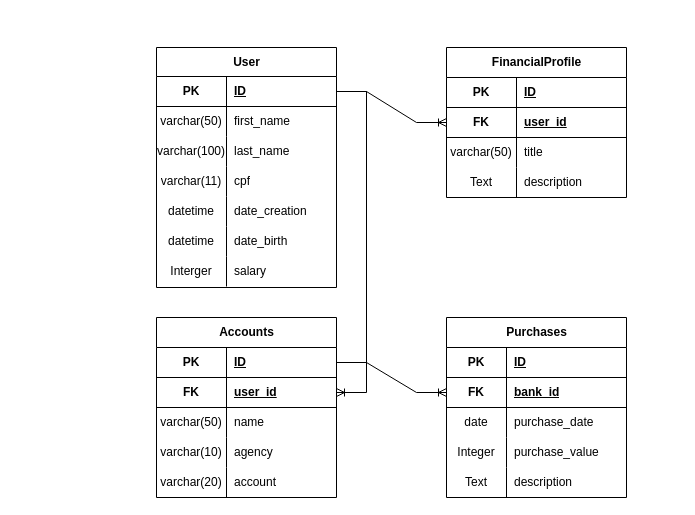
Above: docs/Diagrama sem nome.drawio in leofs55/FinancialPlanningAi (draw.io), before the change. Source tidied: cells renumbered, new cells numbered last; positions are measured from the earlier drawing's top-left corner, leaving out a move shared by most shapes. Both pictures are drawn from the tidied source at 100%, with x=0, y=0 at pixel (156, 47).
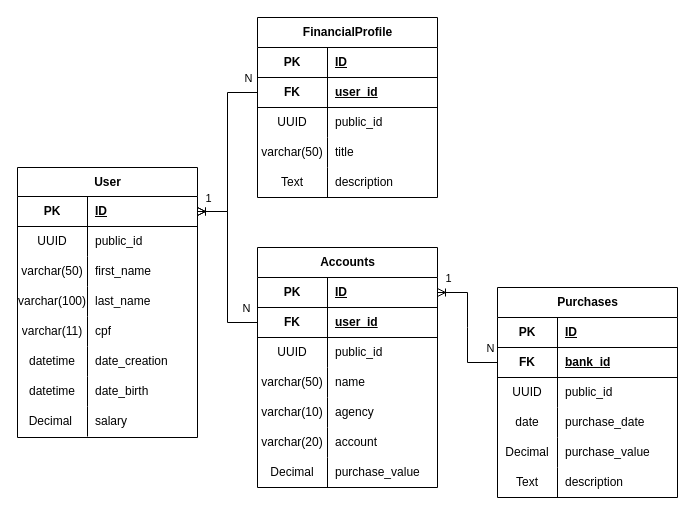
After the change.

Unchanged cells that the change refers to:
```xml
<mxCell id="3" style="shape=tableRow;horizontal=0;startSize=0;swimlaneHead=0;swimlaneBody=0;fillColor=none;points=[[0,0.5],[1,0.5]];portConstraint=eastwest;top=0;left=0;right=0;bottom=1;" parent="2" vertex="1">
  <mxGeometry y="29" width="180" height="30" as="geometry" />
</mxCell>
<mxCell id="28" style="shape=tableRow;horizontal=0;startSize=0;swimlaneHead=0;swimlaneBody=0;fillColor=none;points=[[0,0.5],[1,0.5]];portConstraint=eastwest;top=0;left=0;right=0;bottom=1;" parent="24" vertex="1">
  <mxGeometry y="60" width="180" height="30" as="geometry" />
</mxCell>
<mxCell id="41" style="shape=tableRow;horizontal=0;startSize=0;swimlaneHead=0;swimlaneBody=0;fillColor=none;points=[[0,0.5],[1,0.5]];portConstraint=eastwest;top=0;left=0;right=0;bottom=1;" parent="40" vertex="1">
  <mxGeometry y="30" width="180" height="30" as="geometry" />
</mxCell>
<mxCell id="44" style="shape=tableRow;horizontal=0;startSize=0;swimlaneHead=0;swimlaneBody=0;fillColor=none;points=[[0,0.5],[1,0.5]];portConstraint=eastwest;top=0;left=0;right=0;bottom=1;" parent="40" vertex="1">
  <mxGeometry y="60" width="180" height="30" as="geometry" />
</mxCell>
<mxCell id="62" style="shape=tableRow;horizontal=0;startSize=0;swimlaneHead=0;swimlaneBody=0;fillColor=none;points=[[0,0.5],[1,0.5]];portConstraint=eastwest;top=0;left=0;right=0;bottom=1;" parent="58" vertex="1">
  <mxGeometry y="60" width="180" height="30" as="geometry" />
</mxCell>
```

Diff of the diagram source:
```diff
@@
     <mxCell id="2" value="User" style="shape=table;startSize=29;childLayout=tableLayout;rowLines=0;fontStyle=1;align=center;html=1;" parent="1" vertex="1">
-      <mxGeometry width="180" height="240" as="geometry" />
+      <mxGeometry x="-139" y="120" width="180" height="270" as="geometry" />
     </mxCell>
@@
+    <mxCell id="72" style="shape=tableRow;horizontal=0;startSize=0;swimlaneHead=0;swimlaneBody=0;fillColor=none;top=0;left=0;right=0;bottom=0;" parent="2" vertex="1">
+      <mxGeometry y="59" width="180" height="30" as="geometry" />
+    </mxCell>
+    <mxCell id="73" value="UUID" style="shape=partialRectangle;fillColor=none;top=0;left=0;bottom=0;right=0;overflow=hidden;whiteSpace=wrap;html=1;" parent="72" vertex="1">
+      <mxGeometry width="70" height="30" as="geometry" />
+    </mxCell>
+    <mxCell id="74" value="public_id" style="shape=partialRectangle;fillColor=none;top=0;left=0;bottom=0;right=0;align=left;spacingLeft=6;overflow=hidden;whiteSpace=wrap;html=1;" parent="72" vertex="1">
+      <mxGeometry x="70" width="110" height="30" as="geometry" />
+    </mxCell>
     <mxCell id="6" style="shape=tableRow;horizontal=0;startSize=0;swimlaneHead=0;swimlaneBody=0;fillColor=none;top=0;left=0;right=0;bottom=0;" parent="2" vertex="1">
-      <mxGeometry y="59" width="180" height="30" as="geometry" />
+      <mxGeometry y="89" width="180" height="30" as="geometry" />
     </mxCell>
@@
     <mxCell id="9" style="shape=tableRow;horizontal=0;startSize=0;swimlaneHead=0;swimlaneBody=0;fillColor=none;top=0;left=0;right=0;bottom=0;" parent="2" vertex="1">
-      <mxGeometry y="89" width="180" height="30" as="geometry" />
+      <mxGeometry y="119" width="180" height="30" as="geometry" />
     </mxCell>
@@
     <mxCell id="12" style="shape=tableRow;horizontal=0;startSize=0;swimlaneHead=0;swimlaneBody=0;fillColor=none;top=0;left=0;right=0;bottom=0;" parent="2" vertex="1">
-      <mxGeometry y="119" width="180" height="30" as="geometry" />
+      <mxGeometry y="149" width="180" height="30" as="geometry" />
     </mxCell>
@@
     <mxCell id="15" style="shape=tableRow;horizontal=0;startSize=0;swimlaneHead=0;swimlaneBody=0;fillColor=none;top=0;left=0;right=0;bottom=0;" parent="2" vertex="1">
-      <mxGeometry y="149" width="180" height="30" as="geometry" />
+      <mxGeometry y="179" width="180" height="30" as="geometry" />
     </mxCell>
@@
     <mxCell id="18" style="shape=tableRow;horizontal=0;startSize=0;swimlaneHead=0;swimlaneBody=0;fillColor=none;top=0;left=0;right=0;bottom=0;" parent="2" vertex="1">
-      <mxGeometry y="179" width="180" height="30" as="geometry" />
+      <mxGeometry y="209" width="180" height="30" as="geometry" />
     </mxCell>
@@
     <mxCell id="21" style="shape=tableRow;horizontal=0;startSize=0;swimlaneHead=0;swimlaneBody=0;fillColor=none;top=0;left=0;right=0;bottom=0;" parent="2" vertex="1">
-      <mxGeometry y="209" width="180" height="30" as="geometry" />
+      <mxGeometry y="239" width="180" height="30" as="geometry" />
     </mxCell>
-    <mxCell id="22" value="Interger" style="shape=partialRectangle;fillColor=none;top=0;left=0;bottom=0;right=0;overflow=hidden;whiteSpace=wrap;html=1;" parent="21" vertex="1">
+    <mxCell id="22" value="Decimal&amp;nbsp;" style="shape=partialRectangle;fillColor=none;top=0;left=0;bottom=0;right=0;overflow=hidden;whiteSpace=wrap;html=1;" parent="21" vertex="1">
       <mxGeometry width="70" height="30" as="geometry" />
     </mxCell>
@@
     <mxCell id="24" value="Purchases" style="shape=table;startSize=30;childLayout=tableLayout;rowLines=0;fontStyle=1;align=center;html=1;" parent="1" vertex="1">
-      <mxGeometry x="290" y="270" width="180" height="180" as="geometry" />
+      <mxGeometry x="341" y="240" width="180" height="210" as="geometry" />
     </mxCell>
@@
+    <mxCell id="75" style="shape=tableRow;horizontal=0;startSize=0;swimlaneHead=0;swimlaneBody=0;fillColor=none;top=0;left=0;right=0;bottom=0;" parent="24" vertex="1">
+      <mxGeometry y="90" width="180" height="30" as="geometry" />
+    </mxCell>
+    <mxCell id="76" value="UUID" style="shape=partialRectangle;fillColor=none;top=0;left=0;bottom=0;right=0;overflow=hidden;whiteSpace=wrap;html=1;" parent="75" vertex="1">
+      <mxGeometry width="60" height="30" as="geometry" />
+    </mxCell>
+    <mxCell id="77" value="public_id" style="shape=partialRectangle;fillColor=none;top=0;left=0;bottom=0;right=0;align=left;spacingLeft=6;overflow=hidden;whiteSpace=wrap;html=1;" parent="75" vertex="1">
+      <mxGeometry x="60" width="120" height="30" as="geometry" />
+    </mxCell>
     <mxCell id="31" style="shape=tableRow;horizontal=0;startSize=0;swimlaneHead=0;swimlaneBody=0;fillColor=none;top=0;left=0;right=0;bottom=0;" parent="24" vertex="1">
-      <mxGeometry y="90" width="180" height="30" as="geometry" />
+      <mxGeometry y="120" width="180" height="30" as="geometry" />
     </mxCell>
@@
     <mxCell id="34" style="shape=tableRow;horizontal=0;startSize=0;swimlaneHead=0;swimlaneBody=0;fillColor=none;top=0;left=0;right=0;bottom=0;" parent="24" vertex="1">
-      <mxGeometry y="120" width="180" height="30" as="geometry" />
+      <mxGeometry y="150" width="180" height="30" as="geometry" />
     </mxCell>
-    <mxCell id="35" value="Integer" style="shape=partialRectangle;fillColor=none;top=0;left=0;bottom=0;right=0;overflow=hidden;whiteSpace=wrap;html=1;" parent="34" vertex="1">
+    <mxCell id="35" value="Decimal" style="shape=partialRectangle;fillColor=none;top=0;left=0;bottom=0;right=0;overflow=hidden;whiteSpace=wrap;html=1;" parent="34" vertex="1">
       <mxGeometry width="60" height="30" as="geometry" />
     </mxCell>
@@
     <mxCell id="37" style="shape=tableRow;horizontal=0;startSize=0;swimlaneHead=0;swimlaneBody=0;fillColor=none;top=0;left=0;right=0;bottom=0;" parent="24" vertex="1">
-      <mxGeometry y="150" width="180" height="30" as="geometry" />
+      <mxGeometry y="180" width="180" height="30" as="geometry" />
     </mxCell>
@@
     <mxCell id="40" value="Accounts" style="shape=table;startSize=30;childLayout=tableLayout;rowLines=0;fontStyle=1;align=center;html=1;" parent="1" vertex="1">
-      <mxGeometry y="270" width="180" height="180" as="geometry" />
+      <mxGeometry x="101" y="200" width="180" height="240" as="geometry" />
     </mxCell>
@@
+    <mxCell id="78" style="shape=tableRow;horizontal=0;startSize=0;swimlaneHead=0;swimlaneBody=0;fillColor=none;top=0;left=0;right=0;bottom=0;" parent="40" vertex="1">
+      <mxGeometry y="90" width="180" height="30" as="geometry" />
+    </mxCell>
+    <mxCell id="79" value="UUID" style="shape=partialRectangle;fillColor=none;top=0;left=0;bottom=0;right=0;overflow=hidden;whiteSpace=wrap;html=1;" parent="78" vertex="1">
+      <mxGeometry width="70" height="30" as="geometry" />
+    </mxCell>
+    <mxCell id="80" value="public_id" style="shape=partialRectangle;fillColor=none;top=0;left=0;bottom=0;right=0;align=left;spacingLeft=6;overflow=hidden;whiteSpace=wrap;html=1;" parent="78" vertex="1">
+      <mxGeometry x="70" width="110" height="30" as="geometry" />
+    </mxCell>
     <mxCell id="47" style="shape=tableRow;horizontal=0;startSize=0;swimlaneHead=0;swimlaneBody=0;fillColor=none;top=0;left=0;right=0;bottom=0;" parent="40" vertex="1">
-      <mxGeometry y="90" width="180" height="30" as="geometry" />
+      <mxGeometry y="120" width="180" height="30" as="geometry" />
     </mxCell>
@@
     <mxCell id="50" style="shape=tableRow;horizontal=0;startSize=0;swimlaneHead=0;swimlaneBody=0;fillColor=none;top=0;left=0;right=0;bottom=0;" parent="40" vertex="1">
-      <mxGeometry y="120" width="180" height="30" as="geometry" />
+      <mxGeometry y="150" width="180" height="30" as="geometry" />
     </mxCell>
@@
     <mxCell id="53" style="shape=tableRow;horizontal=0;startSize=0;swimlaneHead=0;swimlaneBody=0;fillColor=none;top=0;left=0;right=0;bottom=0;" parent="40" vertex="1">
-      <mxGeometry y="150" width="180" height="30" as="geometry" />
+      <mxGeometry y="180" width="180" height="30" as="geometry" />
     </mxCell>
@@
+    <mxCell id="81" style="shape=tableRow;horizontal=0;startSize=0;swimlaneHead=0;swimlaneBody=0;fillColor=none;top=0;left=0;right=0;bottom=0;" parent="40" vertex="1">
+      <mxGeometry y="210" width="180" height="30" as="geometry" />
+    </mxCell>
+    <mxCell id="82" value="Decimal" style="shape=partialRectangle;fillColor=none;top=0;left=0;bottom=0;right=0;overflow=hidden;whiteSpace=wrap;html=1;" parent="81" vertex="1">
+      <mxGeometry width="70" height="30" as="geometry" />
+    </mxCell>
+    <mxCell id="83" value="purchase_value" style="shape=partialRectangle;fillColor=none;top=0;left=0;bottom=0;right=0;align=left;spacingLeft=6;overflow=hidden;whiteSpace=wrap;html=1;" parent="81" vertex="1">
+      <mxGeometry x="70" width="110" height="30" as="geometry" />
+    </mxCell>
-    <mxCell id="56" style="edgeStyle=entityRelationEdgeStyle;fontSize=12;html=1;endArrow=ERoneToMany;rounded=0;exitX=1;exitY=0.5;exitDx=0;exitDy=0;" parent="1" edge="1" source="3" target="44">
+    <mxCell id="56" style="edgeStyle=entityRelationEdgeStyle;fontSize=12;html=1;endArrow=none;rounded=0;exitX=1;exitY=0.5;exitDx=0;exitDy=0;startArrow=ERoneToMany;startFill=0;endFill=0;" parent="1" edge="1" source="3" target="44">
       <mxGeometry relative="1" as="geometry" />
     </mxCell>
+    <mxCell id="84" value="N" style="edgeLabel;html=1;align=center;verticalAlign=middle;" parent="56" vertex="1">
+      <mxGeometry x="0.87" y="1" relative="1" as="geometry">
+        <mxPoint x="-1" y="-14" as="offset" />
+      </mxGeometry>
+    </mxCell>
-    <mxCell id="57" style="edgeStyle=entityRelationEdgeStyle;fontSize=12;html=1;endArrow=ERoneToMany;rounded=0;" parent="1" edge="1" source="41" target="28">
+    <mxCell id="57" style="edgeStyle=entityRelationEdgeStyle;fontSize=12;html=1;endArrow=none;rounded=0;startArrow=ERoneToMany;startFill=0;endFill=0;" parent="1" edge="1" source="41" target="28">
       <mxGeometry relative="1" as="geometry">
         <Array as="points">
           <mxPoint x="240" y="280" />
           <mxPoint x="300" y="280" />
           <mxPoint x="280" y="260" />
           <mxPoint x="260" y="280" />
         </Array>
       </mxGeometry>
     </mxCell>
+    <mxCell id="85" value="1" style="edgeLabel;html=1;align=center;verticalAlign=middle;" parent="57" vertex="1">
+      <mxGeometry x="-0.68" y="2" relative="1" as="geometry">
+        <mxPoint x="-11" y="-13" as="offset" />
+      </mxGeometry>
+    </mxCell>
+    <mxCell id="86" value="N" style="edgeLabel;html=1;align=center;verticalAlign=middle;" parent="57" vertex="1">
+      <mxGeometry x="0.87" y="4" relative="1" as="geometry">
+        <mxPoint y="-11" as="offset" />
+      </mxGeometry>
+    </mxCell>
     <mxCell id="58" value="FinancialProfile" style="shape=table;startSize=30;childLayout=tableLayout;rowLines=0;fontStyle=1;align=center;html=1;" parent="1" vertex="1">
-      <mxGeometry x="290" width="180" height="150" as="geometry" />
+      <mxGeometry x="101" y="-30" width="180" height="180" as="geometry" />
     </mxCell>
@@
+    <mxCell id="87" style="shape=tableRow;horizontal=0;startSize=0;swimlaneHead=0;swimlaneBody=0;fillColor=none;top=0;left=0;right=0;bottom=0;" parent="58" vertex="1">
+      <mxGeometry y="90" width="180" height="30" as="geometry" />
+    </mxCell>
+    <mxCell id="88" value="UUID" style="shape=partialRectangle;fillColor=none;top=0;left=0;bottom=0;right=0;overflow=hidden;whiteSpace=wrap;html=1;" parent="87" vertex="1">
+      <mxGeometry width="70" height="30" as="geometry" />
+    </mxCell>
+    <mxCell id="89" value="public_id" style="shape=partialRectangle;fillColor=none;top=0;left=0;bottom=0;right=0;align=left;spacingLeft=6;overflow=hidden;whiteSpace=wrap;html=1;" parent="87" vertex="1">
+      <mxGeometry x="70" width="110" height="30" as="geometry" />
+    </mxCell>
     <mxCell id="65" style="shape=tableRow;horizontal=0;startSize=0;swimlaneHead=0;swimlaneBody=0;fillColor=none;top=0;left=0;right=0;bottom=0;" parent="58" vertex="1">
-      <mxGeometry y="90" width="180" height="30" as="geometry" />
+      <mxGeometry y="120" width="180" height="30" as="geometry" />
     </mxCell>
@@
     <mxCell id="68" style="shape=tableRow;horizontal=0;startSize=0;swimlaneHead=0;swimlaneBody=0;fillColor=none;top=0;left=0;right=0;bottom=0;" parent="58" vertex="1">
-      <mxGeometry y="120" width="180" height="30" as="geometry" />
+      <mxGeometry y="150" width="180" height="30" as="geometry" />
     </mxCell>
@@
-    <mxCell id="71" style="edgeStyle=entityRelationEdgeStyle;fontSize=12;html=1;endArrow=ERoneToMany;rounded=0;exitX=1;exitY=0.5;exitDx=0;exitDy=0;entryX=0;entryY=0.5;entryDx=0;entryDy=0;" parent="1" edge="1" source="3" target="62">
+    <mxCell id="71" style="edgeStyle=entityRelationEdgeStyle;fontSize=12;html=1;endArrow=none;rounded=0;exitX=1;exitY=0.5;exitDx=0;exitDy=0;entryX=0;entryY=0.5;entryDx=0;entryDy=0;endFill=0;startArrow=ERoneToMany;startFill=0;" parent="1" edge="1" source="3" target="62">
       <mxGeometry relative="1" as="geometry" />
     </mxCell>
+    <mxCell id="90" value="1" style="edgeLabel;html=1;align=center;verticalAlign=middle;" parent="71" vertex="1">
+      <mxGeometry x="-0.75" y="1" relative="1" as="geometry">
+        <mxPoint x="-12" y="-13" as="offset" />
+      </mxGeometry>
+    </mxCell>
+    <mxCell id="91" value="N" style="edgeLabel;html=1;align=center;verticalAlign=middle;" parent="71" vertex="1">
+      <mxGeometry x="0.78" y="1" relative="1" as="geometry">
+        <mxPoint x="10" y="-14" as="offset" />
+      </mxGeometry>
+    </mxCell>
```
